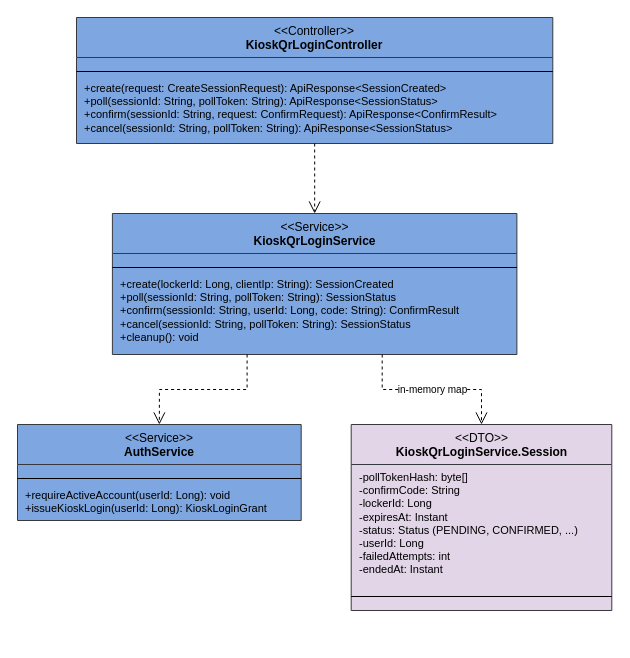
Above: rp4/sdd-assets/drawio/cls_kioskqr.drawio in LockR-Tech/docs (draw.io), before the change. Source tidied: cells renumbered, new cells numbered last; positions are measured from the earlier drawing's top-left corner, leaving out a move shared by most shapes. Both pictures are drawn from the tidied source at 100%, with x=0, y=0 at pixel (17, 17).
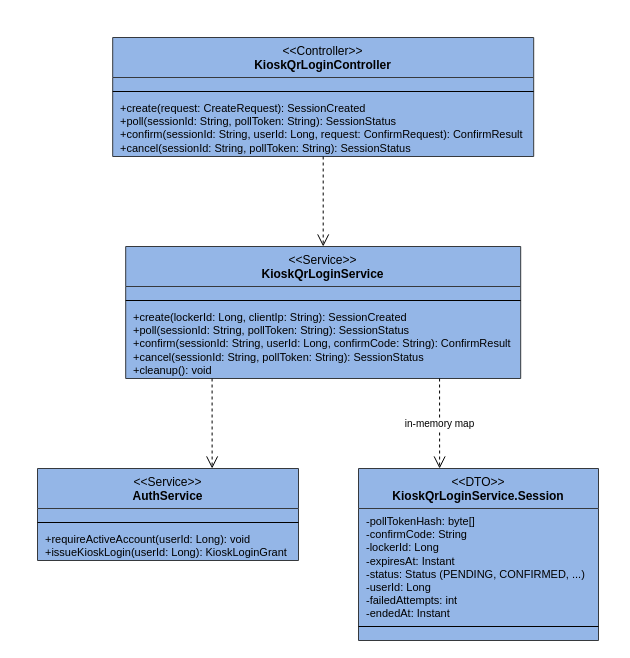
Above is the later version.

Change to the diagram source:
```diff
@@
-    <mxCell id="2" value="&amp;lt;&amp;lt;Controller&amp;gt;&amp;gt;&lt;br&gt;&lt;b&gt;KioskQrLoginController&lt;/b&gt;" style="swimlane;fontStyle=0;align=center;verticalAlign=top;horizontal=1;startSize=40;html=1;whiteSpace=wrap;fillColor=#7EA6E0;swimlaneFillColor=#7EA6E0;strokeColor=#36393d;fontSize=12;" parent="1" vertex="1">
-      <mxGeometry x="59" width="476.3" height="126" as="geometry" />
+    <mxCell id="2" value="&amp;lt;&amp;lt;Controller&amp;gt;&amp;gt;&lt;br&gt;&lt;b&gt;KioskQrLoginController&lt;/b&gt;" style="swimlane;fontStyle=0;align=center;verticalAlign=top;horizontal=1;startSize=40;html=1;whiteSpace=wrap;fillColor=#94B6E7;swimlaneFillColor=#94B6E7;strokeColor=#36393d;fontSize=12;" parent="1" vertex="1">
+      <mxGeometry x="95.2" y="20" width="421" height="119" as="geometry" />
     </mxCell>
     <mxCell id="3" style="text;strokeColor=none;fillColor=none;align=left;verticalAlign=top;spacingLeft=6;spacingRight=4;overflow=hidden;html=1;whiteSpace=nowrap;fontSize=11;" parent="2" vertex="1">
-      <mxGeometry y="40" width="476.3" height="10" as="geometry" />
+      <mxGeometry y="40" width="421" height="10" as="geometry" />
     </mxCell>
     <mxCell id="4" style="line;strokeWidth=1;fillColor=none;align=left;verticalAlign=middle;spacingTop=-1;spacingLeft=3;spacingRight=3;labelPosition=right;" parent="2" vertex="1">
-      <mxGeometry y="50" width="476.3" height="8" as="geometry" />
+      <mxGeometry y="50" width="421" height="8" as="geometry" />
     </mxCell>
-    <mxCell id="5" value="+create(request: CreateSessionRequest): ApiResponse&amp;lt;SessionCreated&amp;gt;&lt;br&gt;+poll(sessionId: String, pollToken: String): ApiResponse&amp;lt;SessionStatus&amp;gt;&lt;br&gt;+confirm(sessionId: String, request: ConfirmRequest): ApiResponse&amp;lt;ConfirmResult&amp;gt;&lt;br&gt;+cancel(sessionId: String, pollToken: String): ApiResponse&amp;lt;SessionStatus&amp;gt;" style="text;strokeColor=none;fillColor=none;align=left;verticalAlign=top;spacingLeft=6;spacingRight=4;overflow=hidden;html=1;whiteSpace=nowrap;fontSize=11;" parent="2" vertex="1">
-      <mxGeometry y="58" width="476.3" height="68" as="geometry" />
+    <mxCell id="5" value="+create(request: CreateRequest): SessionCreated&lt;br&gt;+poll(sessionId: String, pollToken: String): SessionStatus&lt;br&gt;+confirm(sessionId: String, userId: Long, request: ConfirmRequest): ConfirmResult&lt;br&gt;+cancel(sessionId: String, pollToken: String): SessionStatus" style="text;strokeColor=none;fillColor=none;align=left;verticalAlign=top;spacingLeft=6;spacingRight=4;overflow=hidden;html=1;whiteSpace=nowrap;fontSize=11;" parent="2" vertex="1">
+      <mxGeometry y="58" width="421" height="61" as="geometry" />
     </mxCell>
-    <mxCell id="6" value="&amp;lt;&amp;lt;Service&amp;gt;&amp;gt;&lt;br&gt;&lt;b&gt;KioskQrLoginService&lt;/b&gt;" style="swimlane;fontStyle=0;align=center;verticalAlign=top;horizontal=1;startSize=40;html=1;whiteSpace=wrap;fillColor=#7EA6E0;swimlaneFillColor=#7EA6E0;strokeColor=#36393d;fontSize=12;" parent="1" vertex="1">
-      <mxGeometry x="94.9" y="196" width="404.5" height="141" as="geometry" />
+    <mxCell id="6" value="&amp;lt;&amp;lt;Service&amp;gt;&amp;gt;&lt;br&gt;&lt;b&gt;KioskQrLoginService&lt;/b&gt;" style="swimlane;fontStyle=0;align=center;verticalAlign=top;horizontal=1;startSize=40;html=1;whiteSpace=wrap;fillColor=#94B6E7;swimlaneFillColor=#94B6E7;strokeColor=#36393d;fontSize=12;" parent="1" vertex="1">
+      <mxGeometry x="108.2" y="229" width="395" height="132" as="geometry" />
     </mxCell>
     <mxCell id="7" style="text;strokeColor=none;fillColor=none;align=left;verticalAlign=top;spacingLeft=6;spacingRight=4;overflow=hidden;html=1;whiteSpace=nowrap;fontSize=11;" parent="6" vertex="1">
-      <mxGeometry y="40" width="404.5" height="10" as="geometry" />
+      <mxGeometry y="40" width="395" height="10" as="geometry" />
     </mxCell>
     <mxCell id="8" style="line;strokeWidth=1;fillColor=none;align=left;verticalAlign=middle;spacingTop=-1;spacingLeft=3;spacingRight=3;labelPosition=right;" parent="6" vertex="1">
-      <mxGeometry y="50" width="404.5" height="8" as="geometry" />
+      <mxGeometry y="50" width="395" height="8" as="geometry" />
     </mxCell>
-    <mxCell id="9" value="+create(lockerId: Long, clientIp: String): SessionCreated&lt;br&gt;+poll(sessionId: String, pollToken: String): SessionStatus&lt;br&gt;+confirm(sessionId: String, userId: Long, code: String): ConfirmResult&lt;br&gt;+cancel(sessionId: String, pollToken: String): SessionStatus&lt;br&gt;+cleanup(): void" style="text;strokeColor=none;fillColor=none;align=left;verticalAlign=top;spacingLeft=6;spacingRight=4;overflow=hidden;html=1;whiteSpace=nowrap;fontSize=11;" parent="6" vertex="1">
-      <mxGeometry y="58" width="404.5" height="83" as="geometry" />
+    <mxCell id="9" value="+create(lockerId: Long, clientIp: String): SessionCreated&lt;br&gt;+poll(sessionId: String, pollToken: String): SessionStatus&lt;br&gt;+confirm(sessionId: String, userId: Long, confirmCode: String): ConfirmResult&lt;br&gt;+cancel(sessionId: String, pollToken: String): SessionStatus&lt;br&gt;+cleanup(): void" style="text;strokeColor=none;fillColor=none;align=left;verticalAlign=top;spacingLeft=6;spacingRight=4;overflow=hidden;html=1;whiteSpace=nowrap;fontSize=11;" parent="6" vertex="1">
+      <mxGeometry y="58" width="395" height="74" as="geometry" />
     </mxCell>
-    <mxCell id="10" value="&amp;lt;&amp;lt;Service&amp;gt;&amp;gt;&lt;br&gt;&lt;b&gt;AuthService&lt;/b&gt;" style="swimlane;fontStyle=0;align=center;verticalAlign=top;horizontal=1;startSize=40;html=1;whiteSpace=wrap;fillColor=#7EA6E0;swimlaneFillColor=#7EA6E0;strokeColor=#36393d;fontSize=12;" parent="1" vertex="1">
-      <mxGeometry y="407" width="283.7" height="96" as="geometry" />
+    <mxCell id="10" value="&amp;lt;&amp;lt;Service&amp;gt;&amp;gt;&lt;br&gt;&lt;b&gt;AuthService&lt;/b&gt;" style="swimlane;fontStyle=0;align=center;verticalAlign=top;horizontal=1;startSize=40;html=1;whiteSpace=wrap;fillColor=#94B6E7;swimlaneFillColor=#94B6E7;strokeColor=#36393d;fontSize=12;" parent="1" vertex="1">
+      <mxGeometry x="20" y="451" width="261" height="92" as="geometry" />
     </mxCell>
     <mxCell id="11" style="text;strokeColor=none;fillColor=none;align=left;verticalAlign=top;spacingLeft=6;spacingRight=4;overflow=hidden;html=1;whiteSpace=nowrap;fontSize=11;" parent="10" vertex="1">
-      <mxGeometry y="40" width="283.7" height="10" as="geometry" />
+      <mxGeometry y="40" width="261" height="10" as="geometry" />
     </mxCell>
     <mxCell id="12" style="line;strokeWidth=1;fillColor=none;align=left;verticalAlign=middle;spacingTop=-1;spacingLeft=3;spacingRight=3;labelPosition=right;" parent="10" vertex="1">
-      <mxGeometry y="50" width="283.7" height="8" as="geometry" />
+      <mxGeometry y="50" width="261" height="8" as="geometry" />
     </mxCell>
     <mxCell id="13" value="+requireActiveAccount(userId: Long): void&lt;br&gt;+issueKioskLogin(userId: Long): KioskLoginGrant" style="text;strokeColor=none;fillColor=none;align=left;verticalAlign=top;spacingLeft=6;spacingRight=4;overflow=hidden;html=1;whiteSpace=nowrap;fontSize=11;" parent="10" vertex="1">
-      <mxGeometry y="58" width="283.7" height="38" as="geometry" />
+      <mxGeometry y="58" width="261" height="34" as="geometry" />
     </mxCell>
-    <mxCell id="14" value="&amp;lt;&amp;lt;DTO&amp;gt;&amp;gt;&lt;br&gt;&lt;b&gt;KioskQrLoginService.Session&lt;/b&gt;" style="swimlane;fontStyle=0;align=center;verticalAlign=top;horizontal=1;startSize=40;html=1;whiteSpace=wrap;fillColor=#E1D5E7;swimlaneFillColor=#E1D5E7;strokeColor=#36393d;fontSize=12;" parent="1" vertex="1">
-      <mxGeometry x="333.7" y="407" width="260.6" height="186" as="geometry" />
+    <mxCell id="14" value="&amp;lt;&amp;lt;DTO&amp;gt;&amp;gt;&lt;br&gt;&lt;b&gt;KioskQrLoginService.Session&lt;/b&gt;" style="swimlane;fontStyle=0;align=center;verticalAlign=top;horizontal=1;startSize=40;html=1;whiteSpace=wrap;fillColor=#94B6E7;swimlaneFillColor=#94B6E7;strokeColor=#36393d;fontSize=12;" parent="1" vertex="1">
+      <mxGeometry x="341" y="451" width="240" height="172" as="geometry" />
     </mxCell>
     <mxCell id="15" value="-pollTokenHash: byte[]&lt;br&gt;-confirmCode: String&lt;br&gt;-lockerId: Long&lt;br&gt;-expiresAt: Instant&lt;br&gt;-status: Status (PENDING, CONFIRMED, ...)&lt;br&gt;-userId: Long&lt;br&gt;-failedAttempts: int&lt;br&gt;-endedAt: Instant" style="text;strokeColor=none;fillColor=none;align=left;verticalAlign=top;spacingLeft=6;spacingRight=4;overflow=hidden;html=1;whiteSpace=nowrap;fontSize=11;" parent="14" vertex="1">
-      <mxGeometry y="40" width="260.6" height="128" as="geometry" />
+      <mxGeometry y="40" width="240" height="114" as="geometry" />
     </mxCell>
     <mxCell id="16" style="line;strokeWidth=1;fillColor=none;align=left;verticalAlign=middle;spacingTop=-1;spacingLeft=3;spacingRight=3;labelPosition=right;" parent="14" vertex="1">
-      <mxGeometry y="168" width="260.6" height="8" as="geometry" />
+      <mxGeometry y="154" width="240" height="8" as="geometry" />
     </mxCell>
     <mxCell id="17" style="text;strokeColor=none;fillColor=none;align=left;verticalAlign=top;spacingLeft=6;spacingRight=4;overflow=hidden;html=1;whiteSpace=nowrap;fontSize=11;" parent="14" vertex="1">
-      <mxGeometry y="176" width="260.6" height="10" as="geometry" />
+      <mxGeometry y="162" width="240" height="10" as="geometry" />
     </mxCell>
-    <mxCell id="18" style="edgeStyle=orthogonalEdgeStyle;rounded=0;html=1;dashed=1;endArrow=open;endSize=10;fontSize=10;labelBackgroundColor=#ffffff;exitX=0.500;exitY=1;exitDx=0;exitDy=0;entryX=0.500;entryY=0;entryDx=0;entryDy=0;" parent="1" edge="1" source="2" target="6">
-      <mxGeometry relative="1" as="geometry">
-        <Array as="points">
-          <mxPoint x="297.2" y="161" />
-          <mxPoint x="297.2" y="161" />
-        </Array>
-      </mxGeometry>
+    <mxCell id="18" style="edgeStyle=none;rounded=0;html=1;fontSize=10;labelBackgroundColor=#ffffff;strokeColor=#000000;dashed=1;endArrow=open;endSize=10;exitX=0.5000;exitY=1.0000;exitDx=0;exitDy=0;exitPerimeter=0;entryX=0.5000;entryY=0.0000;entryDx=0;entryDy=0;entryPerimeter=0;" parent="1" edge="1" source="2" target="6">
+      <mxGeometry relative="1" as="geometry" />
     </mxCell>
-    <mxCell id="19" style="edgeStyle=orthogonalEdgeStyle;rounded=0;html=1;dashed=1;endArrow=open;endSize=10;fontSize=10;labelBackgroundColor=#ffffff;exitX=0.333;exitY=1;exitDx=0;exitDy=0;entryX=0.500;entryY=0;entryDx=0;entryDy=0;" parent="1" edge="1" source="6" target="10">
-      <mxGeometry relative="1" as="geometry">
-        <Array as="points">
-          <mxPoint x="229.8" y="372" />
-          <mxPoint x="141.9" y="372" />
-        </Array>
-      </mxGeometry>
+    <mxCell id="19" style="edgeStyle=none;rounded=0;html=1;fontSize=10;labelBackgroundColor=#ffffff;strokeColor=#000000;dashed=1;endArrow=open;endSize=10;exitX=0.2187;exitY=1.0000;exitDx=0;exitDy=0;exitPerimeter=0;entryX=0.6691;entryY=0.0000;entryDx=0;entryDy=0;entryPerimeter=0;" parent="1" edge="1" source="6" target="10">
+      <mxGeometry relative="1" as="geometry" />
     </mxCell>
-    <mxCell id="20" value="in-memory map" style="edgeStyle=orthogonalEdgeStyle;rounded=0;html=1;dashed=1;endArrow=open;endSize=10;fontSize=10;labelBackgroundColor=#ffffff;exitX=0.667;exitY=1;exitDx=0;exitDy=0;entryX=0.500;entryY=0;entryDx=0;entryDy=0;" parent="1" edge="1" source="6" target="14">
-      <mxGeometry relative="1" as="geometry">
-        <Array as="points">
-          <mxPoint x="364.6" y="372" />
-          <mxPoint x="464.1" y="372" />
-        </Array>
-      </mxGeometry>
+    <mxCell id="20" value="in-memory map" style="edgeStyle=none;rounded=0;html=1;fontSize=10;labelBackgroundColor=#ffffff;strokeColor=#000000;dashed=1;endArrow=open;endSize=10;exitX=0.7946;exitY=1.0000;exitDx=0;exitDy=0;exitPerimeter=0;entryX=0.3380;entryY=0.0000;entryDx=0;entryDy=0;entryPerimeter=0;" parent="1" edge="1" source="6" target="14">
+      <mxGeometry relative="1" as="geometry" />
     </mxCell>
```
